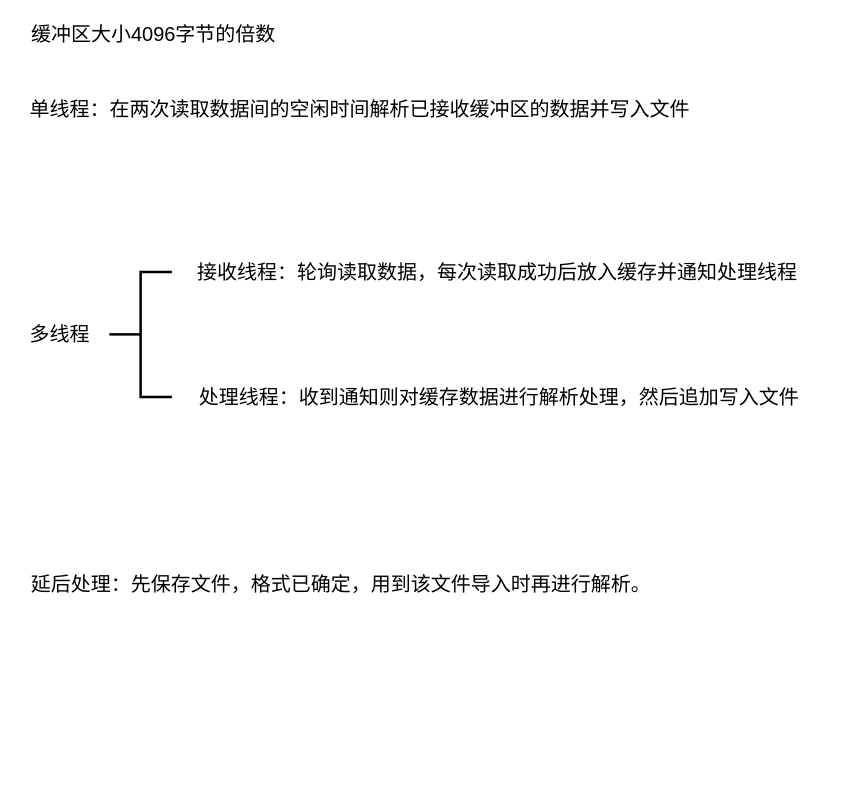
Before: page "多线程保存数据" (4 of 4) of Untitled Diagram.drawio in fuxinsen/test, a draw.io diagram. Source tidied: cells renumbered, new cells numbered last; positions are measured from the earlier drawing's top-left corner, leaving out a move shared by most shapes. Both pictures are drawn from the tidied source at 125%, with x=0, y=0 at pixel (21, 21).
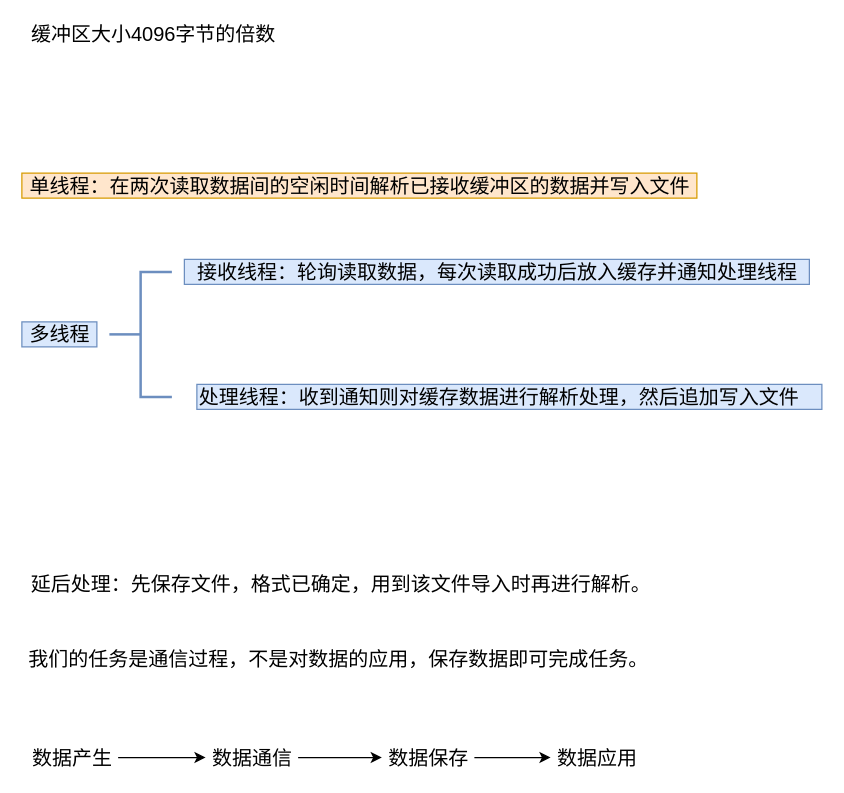
After the change.

Change to the diagram source:
```diff
@@
 <mxGraphModel>
   <root>
     <mxCell id="0" />
     <mxCell id="1" parent="0" />
-    <mxCell id="2" style="strokeWidth=2;html=1;shape=mxgraph.flowchart.annotation_2;align=left;labelPosition=right;shadow=0;fontSize=16;startSize=0;" parent="1" vertex="1">
+    <mxCell id="2" style="strokeWidth=2;html=1;shape=mxgraph.flowchart.annotation_2;align=left;labelPosition=right;shadow=0;fontSize=16;startSize=0;fillColor=#dae8fc;strokeColor=#6c8ebf;" parent="1" vertex="1">
       <mxGeometry x="70" y="200" width="50" height="100" as="geometry" />
     </mxCell>
-    <mxCell id="3" value="多线程" style="text;html=1;align=center;verticalAlign=middle;strokeColor=none;fontSize=16;" parent="1" vertex="1">
+    <mxCell id="3" value="多线程" style="text;html=1;align=center;verticalAlign=middle;strokeColor=#6c8ebf;fontSize=16;fillColor=#dae8fc;" parent="1" vertex="1">
       <mxGeometry y="240" width="60" height="20" as="geometry" />
     </mxCell>
-    <mxCell id="4" value="接收线程：轮询读取数据，每次读取成功后放入缓存并通知处理线程" style="text;html=1;align=center;verticalAlign=middle;strokeColor=none;fontSize=16;" parent="1" vertex="1">
+    <mxCell id="4" value="接收线程：轮询读取数据，每次读取成功后放入缓存并通知处理线程" style="text;html=1;align=center;verticalAlign=middle;strokeColor=#6c8ebf;fontSize=16;fillColor=#dae8fc;" parent="1" vertex="1">
       <mxGeometry x="130" y="190" width="500" height="20" as="geometry" />
     </mxCell>
-    <mxCell id="5" value="单线程：在两次读取数据间的空闲时间解析已接收缓冲区的数据并写入文件" style="text;html=1;align=center;verticalAlign=middle;strokeColor=none;fontSize=16;" parent="1" vertex="1">
-      <mxGeometry y="60" width="540" height="20" as="geometry" />
+    <mxCell id="5" value="单线程：在两次读取数据间的空闲时间解析已接收缓冲区的数据并写入文件" style="text;html=1;align=center;verticalAlign=middle;strokeColor=#d79b00;fontSize=16;fillColor=#ffe6cc;" parent="1" vertex="1">
+      <mxGeometry y="121" width="540" height="20" as="geometry" />
     </mxCell>
-    <mxCell id="6" value="处理线程：收到通知则对缓存数据进行解析处理，然后追加写入文件" style="text;html=1;align=left;verticalAlign=middle;strokeColor=none;fontSize=16;" parent="1" vertex="1">
+    <mxCell id="6" value="处理线程：收到通知则对缓存数据进行解析处理，然后追加写入文件" style="text;html=1;align=left;verticalAlign=middle;strokeColor=#6c8ebf;fontSize=16;fillColor=#dae8fc;" parent="1" vertex="1">
       <mxGeometry x="140" y="290" width="500" height="20" as="geometry" />
     </mxCell>
     <mxCell id="7" value="缓冲区大小4096字节的倍数" style="text;html=1;align=center;verticalAlign=middle;strokeColor=none;fontSize=16;" parent="1" vertex="1">
       <mxGeometry width="210" height="20" as="geometry" />
     </mxCell>
     <mxCell id="8" value="延后处理：先保存文件，格式已确定，用到该文件导入时再进行解析。" style="text;html=1;align=center;verticalAlign=middle;strokeColor=none;fontSize=16;" parent="1" vertex="1">
       <mxGeometry y="440" width="510" height="20" as="geometry" />
     </mxCell>
+    <mxCell id="9" value="我们的任务是通信过程，不是对数据的应用，保存数据即可完成任务。" style="text;html=1;align=center;verticalAlign=middle;strokeColor=none;fontSize=16;" parent="1" vertex="1">
+      <mxGeometry y="498" width="506" height="23" as="geometry" />
+    </mxCell>
+    <mxCell id="10" style="edgeStyle=orthogonalEdgeStyle;rounded=0;jettySize=auto;html=1;fontSize=16;startSize=0;strokeWidth=1;" parent="1" edge="1" source="11" target="13">
+      <mxGeometry relative="1" as="geometry" />
+    </mxCell>
+    <mxCell id="11" value="数据产生" style="text;html=1;align=center;verticalAlign=middle;points=[];strokeColor=none;fontSize=16;" parent="1" vertex="1">
+      <mxGeometry x="3" y="577" width="74" height="23" as="geometry" />
+    </mxCell>
+    <mxCell id="12" style="edgeStyle=orthogonalEdgeStyle;rounded=0;jettySize=auto;html=1;fontSize=16;startSize=0;strokeWidth=1;" parent="1" edge="1" source="13" target="15">
+      <mxGeometry relative="1" as="geometry" />
+    </mxCell>
+    <mxCell id="13" value="数据通信" style="text;html=1;align=center;verticalAlign=middle;points=[];strokeColor=none;fontSize=16;" parent="1" vertex="1">
+      <mxGeometry x="147" y="577" width="74" height="23" as="geometry" />
+    </mxCell>
+    <mxCell id="14" style="edgeStyle=orthogonalEdgeStyle;rounded=0;jettySize=auto;html=1;fontSize=16;startSize=0;strokeWidth=1;" parent="1" edge="1" source="15" target="16">
+      <mxGeometry relative="1" as="geometry" />
+    </mxCell>
+    <mxCell id="15" value="数据保存" style="text;html=1;align=center;verticalAlign=middle;points=[];strokeColor=none;fontSize=16;" parent="1" vertex="1">
+      <mxGeometry x="288" y="577" width="74" height="23" as="geometry" />
+    </mxCell>
+    <mxCell id="16" value="数据应用" style="text;html=1;align=center;verticalAlign=middle;points=[];strokeColor=none;fontSize=16;" parent="1" vertex="1">
+      <mxGeometry x="423" y="577" width="74" height="23" as="geometry" />
+    </mxCell>
   </root>
 </mxGraphModel>
```
